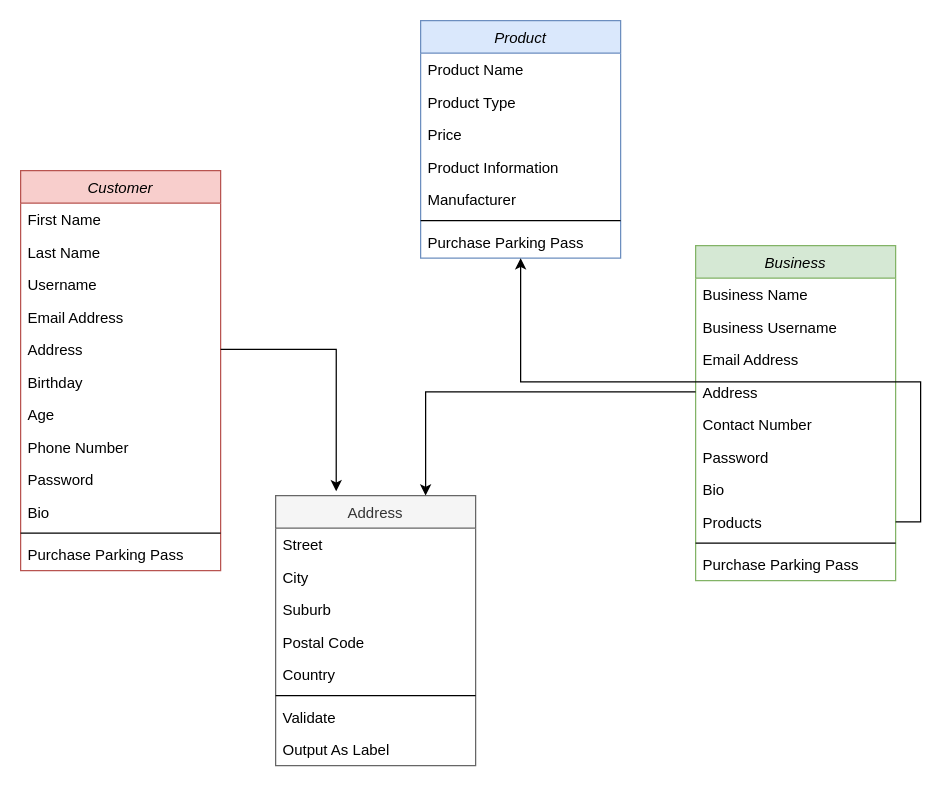
The draw.io diagram DatabaseLayout.drawio in gdsc-uwc/gdsc_project, before the edit. Source tidied: cells renumbered, new cells numbered last; positions are measured from the earlier drawing's top-left corner, leaving out a move shared by most shapes. Both pictures are drawn from the tidied source at 125%, with x=0, y=0 at pixel (20, 20).
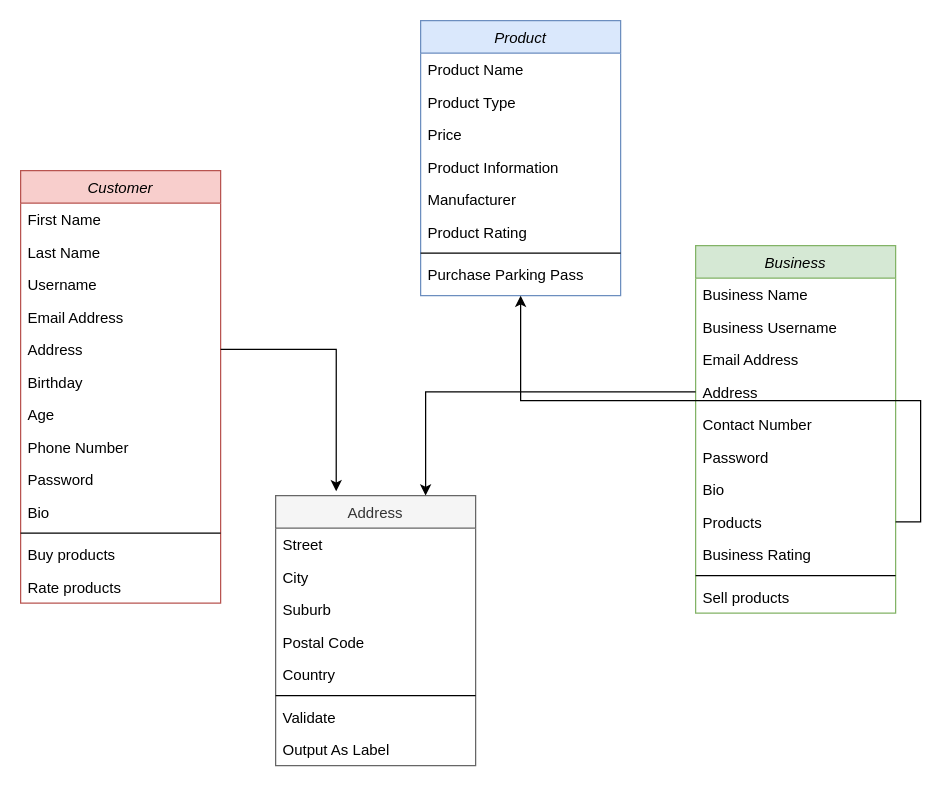
After the change.

Commit message (it also covers changes not shown here):
Added product page

The edit, as a diff of the source:
```diff
@@
     <mxCell id="2" value="Customer" style="swimlane;fontStyle=2;align=center;verticalAlign=top;horizontal=1;startSize=26;rounded=0;shadow=0;strokeWidth=1;fillColor=#f8cecc;strokeColor=#b85450;" parent="1" vertex="1">
-      <mxGeometry y="120" width="160" height="320" as="geometry" />
+      <mxGeometry y="120" width="160" height="346" as="geometry" />
     </mxCell>
@@
-    <mxCell id="14" value="Purchase Parking Pass" style="text;align=left;verticalAlign=top;spacingLeft=4;spacingRight=4;overflow=hidden;" parent="2" vertex="1">
+    <mxCell id="14" value="Buy products" style="text;align=left;verticalAlign=top;spacingLeft=4;spacingRight=4;overflow=hidden;" parent="2" vertex="1">
       <mxGeometry y="294" width="160" height="26" as="geometry" />
     </mxCell>
+    <mxCell id="46" value="Rate products" style="text;align=left;verticalAlign=top;spacingLeft=4;spacingRight=4;overflow=hidden;" parent="2" vertex="1">
+      <mxGeometry y="320" width="160" height="26" as="geometry" />
+    </mxCell>
     <mxCell id="15" value="Business" style="swimlane;fontStyle=2;align=center;verticalAlign=top;horizontal=1;startSize=26;rounded=0;shadow=0;strokeWidth=1;fillColor=#d5e8d4;strokeColor=#82b366;" parent="1" vertex="1">
-      <mxGeometry x="540" y="180" width="160" height="268" as="geometry" />
+      <mxGeometry x="540" y="180" width="160" height="294" as="geometry" />
     </mxCell>
@@
+    <mxCell id="47" value="Business Rating" style="text;align=left;verticalAlign=top;spacingLeft=4;spacingRight=4;overflow=hidden;rounded=0;shadow=0;html=0;" parent="15" vertex="1">
+      <mxGeometry y="234" width="160" height="26" as="geometry" />
+    </mxCell>
     <mxCell id="24" style="line;html=1;strokeWidth=1;align=left;verticalAlign=middle;spacingTop=-1;spacingLeft=3;spacingRight=3;labelPosition=right;" parent="15" vertex="1">
-      <mxGeometry y="234" width="160" height="8" as="geometry" />
+      <mxGeometry y="260" width="160" height="8" as="geometry" />
     </mxCell>
-    <mxCell id="25" value="Purchase Parking Pass" style="text;align=left;verticalAlign=top;spacingLeft=4;spacingRight=4;overflow=hidden;" parent="15" vertex="1">
-      <mxGeometry y="242" width="160" height="26" as="geometry" />
+    <mxCell id="25" value="Sell products" style="text;align=left;verticalAlign=top;spacingLeft=4;spacingRight=4;overflow=hidden;" parent="15" vertex="1">
+      <mxGeometry y="268" width="160" height="26" as="geometry" />
     </mxCell>
     <mxCell id="26" value="Product" style="swimlane;fontStyle=2;align=center;verticalAlign=top;horizontal=1;startSize=26;rounded=0;shadow=0;strokeWidth=1;fillColor=#dae8fc;strokeColor=#6c8ebf;" parent="1" vertex="1">
-      <mxGeometry x="320" width="160" height="190" as="geometry" />
+      <mxGeometry x="320" width="160" height="220" as="geometry" />
     </mxCell>
@@
+    <mxCell id="48" value="Product Rating" style="text;align=left;verticalAlign=top;spacingLeft=4;spacingRight=4;overflow=hidden;rounded=0;shadow=0;html=0;" parent="26" vertex="1">
+      <mxGeometry y="156" width="160" height="26" as="geometry" />
+    </mxCell>
     <mxCell id="32" style="line;html=1;strokeWidth=1;align=left;verticalAlign=middle;spacingTop=-1;spacingLeft=3;spacingRight=3;labelPosition=right;" parent="26" vertex="1">
-      <mxGeometry y="156" width="160" height="8" as="geometry" />
+      <mxGeometry y="182" width="160" height="8" as="geometry" />
     </mxCell>
     <mxCell id="33" value="Purchase Parking Pass" style="text;align=left;verticalAlign=top;spacingLeft=4;spacingRight=4;overflow=hidden;" parent="26" vertex="1">
-      <mxGeometry y="164" width="160" height="16" as="geometry" />
+      <mxGeometry y="190" width="160" height="30" as="geometry" />
     </mxCell>
```
